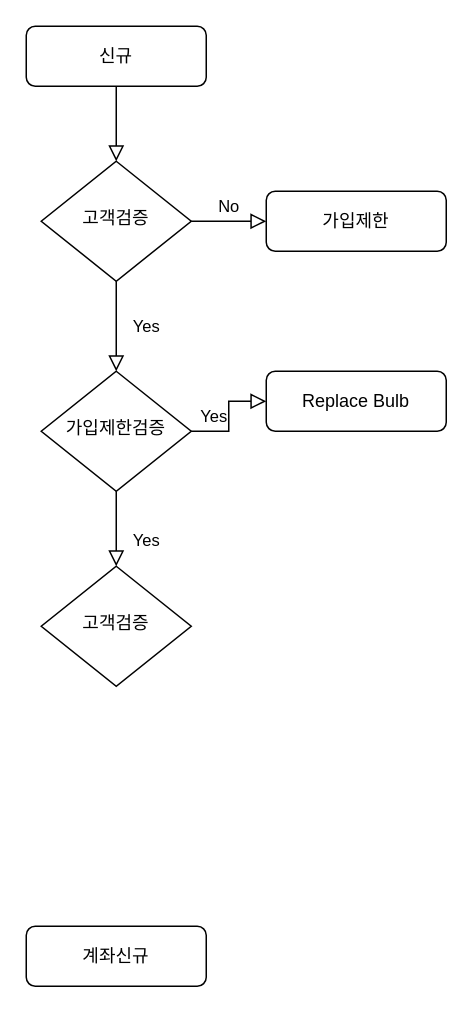
Above: penny Bank_flow.drawio in hojinWoo/pennyBank (draw.io), before the change. Source tidied: cells renumbered, new cells numbered last; positions are measured from the earlier drawing's top-left corner, leaving out a move shared by most shapes. Both pictures are drawn from the tidied source at 150%, with x=0, y=0 at pixel (26, 26).
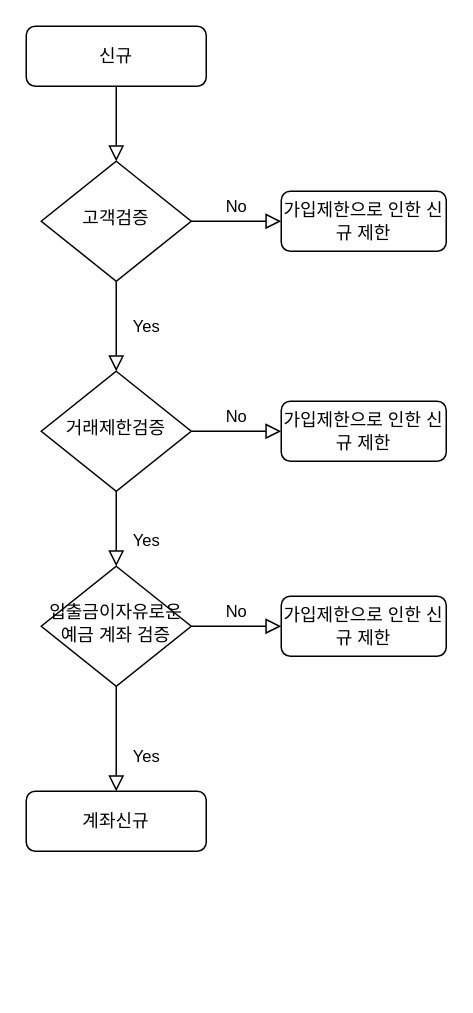
The same page after the edit.

Change to the diagram source:
```diff
@@
 <mxGraphModel>
   <root>
     <mxCell id="0" />
     <mxCell id="1" parent="0" />
     <mxCell id="2" style="rounded=0;html=1;jettySize=auto;fontSize=11;endArrow=block;endFill=0;endSize=8;strokeWidth=1;shadow=0;labelBackgroundColor=none;edgeStyle=orthogonalEdgeStyle;" parent="1" edge="1" source="3" target="6">
       <mxGeometry relative="1" as="geometry" />
     </mxCell>
     <mxCell id="3" value="신규" style="rounded=1;whiteSpace=wrap;html=1;fontSize=12;glass=0;strokeWidth=1;shadow=0;" parent="1" vertex="1">
       <mxGeometry width="120" height="40" as="geometry" />
     </mxCell>
     <mxCell id="4" value="Yes" style="rounded=0;html=1;jettySize=auto;fontSize=11;endArrow=block;endFill=0;endSize=8;strokeWidth=1;shadow=0;labelBackgroundColor=none;edgeStyle=orthogonalEdgeStyle;" parent="1" edge="1" source="6" target="10">
       <mxGeometry y="20" relative="1" as="geometry" />
     </mxCell>
     <mxCell id="5" value="No" style="edgeStyle=orthogonalEdgeStyle;rounded=0;html=1;jettySize=auto;fontSize=11;endArrow=block;endFill=0;endSize=8;strokeWidth=1;shadow=0;labelBackgroundColor=none;" parent="1" edge="1" source="6" target="7">
       <mxGeometry y="10" relative="1" as="geometry" />
     </mxCell>
     <mxCell id="6" value="고객검증" style="rhombus;whiteSpace=wrap;html=1;shadow=0;fontFamily=Helvetica;fontSize=12;align=center;strokeWidth=1;spacing=6;spacingTop=-4;" parent="1" vertex="1">
       <mxGeometry x="10" y="90" width="100" height="80" as="geometry" />
     </mxCell>
-    <mxCell id="7" value="가입제한" style="rounded=1;whiteSpace=wrap;html=1;fontSize=12;glass=0;strokeWidth=1;shadow=0;" parent="1" vertex="1">
-      <mxGeometry x="160" y="110" width="120" height="40" as="geometry" />
+    <mxCell id="7" value="가입제한으로 인한 신규 제한" style="rounded=1;whiteSpace=wrap;html=1;fontSize=12;glass=0;strokeWidth=1;shadow=0;" parent="1" vertex="1">
+      <mxGeometry x="170" y="110" width="110" height="40" as="geometry" />
     </mxCell>
     <mxCell id="8" value="Yes" style="rounded=0;html=1;jettySize=auto;fontSize=11;endArrow=block;endFill=0;endSize=8;strokeWidth=1;shadow=0;labelBackgroundColor=none;edgeStyle=orthogonalEdgeStyle;entryX=0.5;entryY=0;entryDx=0;entryDy=0;" parent="1" edge="1" source="10" target="13">
       <mxGeometry x="0.33" y="20" relative="1" as="geometry" />
     </mxCell>
-    <mxCell id="9" value="Yes" style="edgeStyle=orthogonalEdgeStyle;rounded=0;html=1;jettySize=auto;fontSize=11;endArrow=block;endFill=0;endSize=8;strokeWidth=1;shadow=0;labelBackgroundColor=none;" parent="1" edge="1" source="10" target="12">
+    <mxCell id="9" value="No" style="edgeStyle=orthogonalEdgeStyle;rounded=0;html=1;jettySize=auto;fontSize=11;endArrow=block;endFill=0;endSize=8;strokeWidth=1;shadow=0;labelBackgroundColor=none;" parent="1" edge="1" source="10" target="12">
       <mxGeometry y="10" relative="1" as="geometry" />
     </mxCell>
-    <mxCell id="10" value="가입제한검증" style="rhombus;whiteSpace=wrap;html=1;shadow=0;fontFamily=Helvetica;fontSize=12;align=center;strokeWidth=1;spacing=6;spacingTop=-4;" parent="1" vertex="1">
+    <mxCell id="10" value="거래제한검증" style="rhombus;whiteSpace=wrap;html=1;shadow=0;fontFamily=Helvetica;fontSize=12;align=center;strokeWidth=1;spacing=6;spacingTop=-4;" parent="1" vertex="1">
       <mxGeometry x="10" y="230" width="100" height="80" as="geometry" />
     </mxCell>
     <mxCell id="11" value="계좌신규" style="rounded=1;whiteSpace=wrap;html=1;fontSize=12;glass=0;strokeWidth=1;shadow=0;" parent="1" vertex="1">
-      <mxGeometry y="600" width="120" height="40" as="geometry" />
+      <mxGeometry y="510" width="120" height="40" as="geometry" />
     </mxCell>
-    <mxCell id="12" value="Replace Bulb" style="rounded=1;whiteSpace=wrap;html=1;fontSize=12;glass=0;strokeWidth=1;shadow=0;" parent="1" vertex="1">
-      <mxGeometry x="160" y="230" width="120" height="40" as="geometry" />
+    <mxCell id="12" value="가입제한으로 인한 신규 제한" style="rounded=1;whiteSpace=wrap;html=1;fontSize=12;glass=0;strokeWidth=1;shadow=0;" parent="1" vertex="1">
+      <mxGeometry x="170" y="250" width="110" height="40" as="geometry" />
     </mxCell>
-    <mxCell id="13" value="고객검증" style="rhombus;whiteSpace=wrap;html=1;shadow=0;fontFamily=Helvetica;fontSize=12;align=center;strokeWidth=1;spacing=6;spacingTop=-4;" parent="1" vertex="1">
+    <mxCell id="13" value="입출금이자유로운예금 계좌 검증" style="rhombus;whiteSpace=wrap;html=1;shadow=0;fontFamily=Helvetica;fontSize=12;align=center;strokeWidth=1;spacing=6;spacingTop=-4;" parent="1" vertex="1">
       <mxGeometry x="10" y="360" width="100" height="80" as="geometry" />
     </mxCell>
+    <mxCell id="14" value="Yes" style="rounded=0;html=1;jettySize=auto;fontSize=11;endArrow=block;endFill=0;endSize=8;strokeWidth=1;shadow=0;labelBackgroundColor=none;edgeStyle=orthogonalEdgeStyle;entryX=0.5;entryY=0;entryDx=0;entryDy=0;exitX=0.5;exitY=1;exitDx=0;exitDy=0;" parent="1" edge="1" source="13" target="11">
+      <mxGeometry x="0.33" y="20" relative="1" as="geometry" />
+    </mxCell>
+    <mxCell id="15" value="No" style="edgeStyle=orthogonalEdgeStyle;rounded=0;html=1;jettySize=auto;fontSize=11;endArrow=block;endFill=0;endSize=8;strokeWidth=1;shadow=0;labelBackgroundColor=none;exitX=1;exitY=0.5;exitDx=0;exitDy=0;" parent="1" edge="1" source="13" target="16">
+      <mxGeometry y="10" relative="1" as="geometry" />
+    </mxCell>
+    <mxCell id="16" value="가입제한으로 인한 신규 제한" style="rounded=1;whiteSpace=wrap;html=1;fontSize=12;glass=0;strokeWidth=1;shadow=0;" parent="1" vertex="1">
+      <mxGeometry x="170" y="380" width="110" height="40" as="geometry" />
+    </mxCell>
   </root>
 </mxGraphModel>
```
